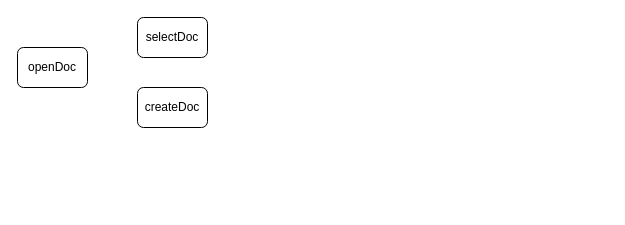
lance631/notes keeps this draw.io diagram as 未命名绘图.drawio. Above is the earlier version. Source tidied: cells renumbered, new cells numbered last; positions are measured from the earlier drawing's top-left corner, leaving out a move shared by most shapes. Both pictures are drawn from the tidied source at 100%, with x=0, y=0 at pixel (17, 17).
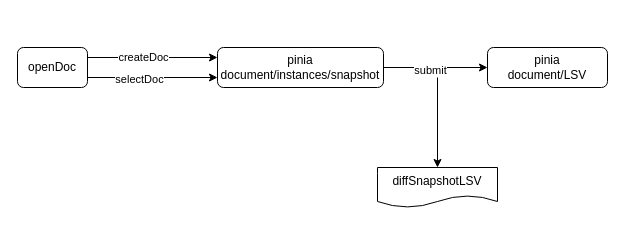
The same diagram, later.

Commit message:
指标计算前端开发文档.drawio

Change to the diagram source:
```diff
@@
 <mxGraphModel>
   <root>
     <mxCell id="0" />
     <mxCell id="1" parent="0" />
     <mxCell id="2" value="openDoc" style="rounded=1;whiteSpace=wrap;html=1;" parent="1" vertex="1">
       <mxGeometry y="30" width="70" height="40" as="geometry" />
     </mxCell>
+    <mxCell id="5" value="pinia&lt;div style=&quot;text-align: start;&quot;&gt;document/instances/&lt;span style=&quot;background-color: initial;&quot;&gt;snapshot&lt;/span&gt;&lt;/div&gt;" style="rounded=1;whiteSpace=wrap;html=1;" parent="1" vertex="1">
+      <mxGeometry x="200" y="30" width="166" height="40" as="geometry" />
+    </mxCell>
+    <mxCell id="6" value="pinia&lt;div style=&quot;text-align: start;&quot;&gt;document/LSV&lt;/div&gt;" style="rounded=1;whiteSpace=wrap;html=1;" parent="1" vertex="1">
+      <mxGeometry x="470" y="30" width="120" height="40" as="geometry" />
+    </mxCell>
+    <mxCell id="7" style="endArrow=classic;html=1;rounded=0;exitX=1;exitY=0.25;exitDx=0;exitDy=0;" parent="1" edge="1" source="2">
+      <mxGeometry relative="1" as="geometry">
+        <mxPoint x="200" y="40" as="targetPoint" />
+      </mxGeometry>
+    </mxCell>
+    <mxCell id="4" value="createDoc" style="edgeLabel;html=1;align=center;verticalAlign=middle;" parent="7" vertex="1">
+      <mxGeometry x="-0.15" y="1" relative="1" as="geometry" />
+    </mxCell>
+    <mxCell id="8" style="endArrow=classic;html=1;rounded=0;exitX=1;exitY=0.25;exitDx=0;exitDy=0;" parent="1" edge="1">
+      <mxGeometry relative="1" as="geometry">
+        <mxPoint x="70" y="60" as="sourcePoint" />
+        <mxPoint x="200" y="60" as="targetPoint" />
+      </mxGeometry>
+    </mxCell>
-    <mxCell id="3" value="selectDoc" style="rounded=1;whiteSpace=wrap;html=1;" parent="1" vertex="1">
-      <mxGeometry x="120" width="70" height="40" as="geometry" />
+    <mxCell id="3" value="selectDoc" style="edgeLabel;html=1;align=center;verticalAlign=middle;" parent="8" vertex="1">
+      <mxGeometry x="-0.22" y="-1" relative="1" as="geometry" />
     </mxCell>
-    <mxCell id="4" value="createDoc" style="rounded=1;whiteSpace=wrap;html=1;" parent="1" vertex="1">
-      <mxGeometry x="120" y="70" width="70" height="40" as="geometry" />
-    </mxCell>
+    <mxCell id="9" style="endArrow=classic;html=1;rounded=0;entryX=0;entryY=0.5;entryDx=0;entryDy=0;exitX=1;exitY=0.5;exitDx=0;exitDy=0;" parent="1" edge="1" source="5" target="6">
+      <mxGeometry relative="1" as="geometry" />
+    </mxCell>
+    <mxCell id="10" value="submit" style="edgeLabel;html=1;align=center;verticalAlign=middle;" parent="9" vertex="1">
+      <mxGeometry x="-0.11" y="-2" relative="1" as="geometry" />
+    </mxCell>
+    <mxCell id="11" value="diffSnapshotLSV" style="shape=document;whiteSpace=wrap;html=1;boundedLbl=1;" parent="1" vertex="1">
+      <mxGeometry x="360" y="150" width="120" height="40" as="geometry" />
+    </mxCell>
+    <mxCell id="12" style="endArrow=classic;html=1;rounded=0;entryX=0.5;entryY=0;entryDx=0;entryDy=0;" parent="1" edge="1" target="11">
+      <mxGeometry relative="1" as="geometry">
+        <mxPoint x="420" y="60" as="sourcePoint" />
+      </mxGeometry>
+    </mxCell>
   </root>
 </mxGraphModel>
```
